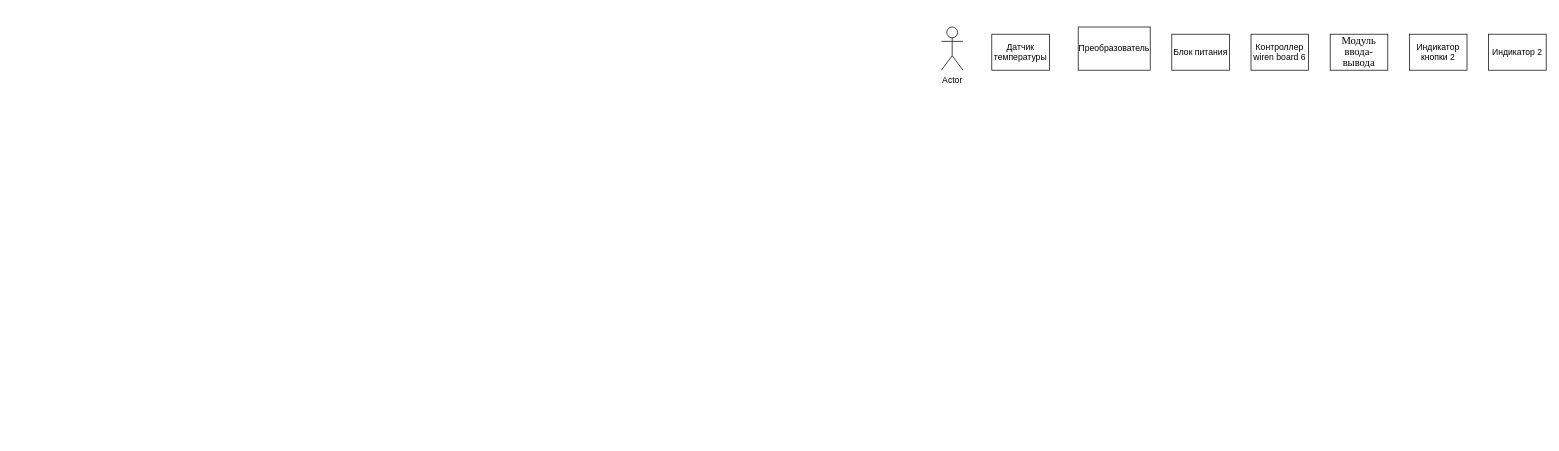
This is 4 практика.drawio from Merfarion/Diagrams-and-schemes, a draw.io file, before an edit. Source tidied: cells renumbered, new cells numbered last; positions are measured from the earlier drawing's top-left corner, leaving out a move shared by most shapes. Both pictures are drawn from the tidied source at 72%, with x=0, y=0 at pixel (941, 27).
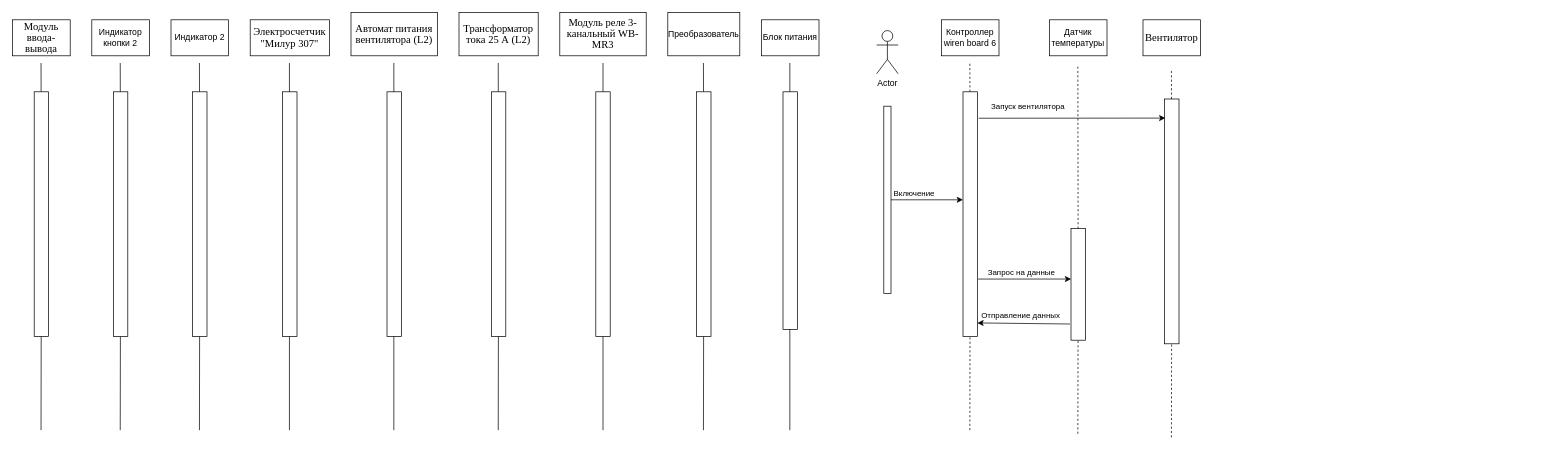
Above is the later version.

What changed in the source:
```diff
@@
     <mxCell id="2" value="Actor" style="shape=umlActor;verticalLabelPosition=bottom;verticalAlign=top;html=1;" parent="1" vertex="1">
-      <mxGeometry width="30" height="60" as="geometry" />
+      <mxGeometry x="-90" y="5" width="30" height="60" as="geometry" />
     </mxCell>
     <mxCell id="3" value="Датчик температуры" style="rounded=0;whiteSpace=wrap;html=1;" parent="1" vertex="1">
-      <mxGeometry x="70" y="10" width="80" height="50" as="geometry" />
+      <mxGeometry x="150" y="-10" width="80" height="50" as="geometry" />
     </mxCell>
     <mxCell id="4" value="Преобразователь" style="rounded=0;whiteSpace=wrap;html=1;" parent="1" vertex="1">
-      <mxGeometry x="190" width="100" height="60" as="geometry" />
+      <mxGeometry x="-380" y="-20" width="100" height="60" as="geometry" />
     </mxCell>
     <mxCell id="5" value="Блок питания" style="rounded=0;whiteSpace=wrap;html=1;" parent="1" vertex="1">
-      <mxGeometry x="320" y="10" width="80" height="50" as="geometry" />
+      <mxGeometry x="-250" y="-10" width="80" height="50" as="geometry" />
     </mxCell>
     <mxCell id="6" value="Контроллер wiren board 6" style="rounded=0;whiteSpace=wrap;html=1;" parent="1" vertex="1">
-      <mxGeometry x="430" y="10" width="80" height="50" as="geometry" />
+      <mxGeometry y="-10" width="80" height="50" as="geometry" />
     </mxCell>
     <mxCell id="7" value="&lt;span style=&quot;font-size: 11pt ; line-height: 107% ; font-family: &amp;#34;times new roman&amp;#34; , serif&quot;&gt;Модуль ввода-вывода&lt;/span&gt;" style="rounded=0;whiteSpace=wrap;html=1;" parent="1" vertex="1">
-      <mxGeometry x="540" y="10" width="80" height="50" as="geometry" />
+      <mxGeometry x="-1290" y="-10" width="80" height="50" as="geometry" />
     </mxCell>
     <mxCell id="8" value="Индикатор кнопки 2" style="rounded=0;whiteSpace=wrap;html=1;" parent="1" vertex="1">
-      <mxGeometry x="650" y="10" width="80" height="50" as="geometry" />
+      <mxGeometry x="-1180" y="-10" width="80" height="50" as="geometry" />
     </mxCell>
     <mxCell id="9" value="Индикатор 2" style="rounded=0;whiteSpace=wrap;html=1;" parent="1" vertex="1">
-      <mxGeometry x="760" y="10" width="80" height="50" as="geometry" />
+      <mxGeometry x="-1070" y="-10" width="80" height="50" as="geometry" />
     </mxCell>
+    <mxCell id="10" value="&lt;span style=&quot;font-size: 11pt ; line-height: 107% ; font-family: &amp;#34;times new roman&amp;#34; , serif&quot;&gt;Электросчетчик &quot;Милур 307&quot;&lt;/span&gt;" style="rounded=0;whiteSpace=wrap;html=1;" parent="1" vertex="1">
+      <mxGeometry x="-960" y="-10" width="110" height="50" as="geometry" />
+    </mxCell>
+    <mxCell id="11" value="&lt;span style=&quot;font-size: 11pt ; line-height: 107% ; font-family: &amp;#34;times new roman&amp;#34; , serif&quot;&gt;Автомат питания вентилятора (L2)&lt;/span&gt;" style="rounded=0;whiteSpace=wrap;html=1;" parent="1" vertex="1">
+      <mxGeometry x="-820" y="-20" width="120" height="60" as="geometry" />
+    </mxCell>
+    <mxCell id="12" value="&lt;span style=&quot;font-size: 11pt ; line-height: 107% ; font-family: &amp;#34;times new roman&amp;#34; , serif&quot;&gt;Трансформатор тока 25 А (L2)&lt;/span&gt;" style="rounded=0;whiteSpace=wrap;html=1;" parent="1" vertex="1">
+      <mxGeometry x="-670" y="-20" width="110" height="60" as="geometry" />
+    </mxCell>
+    <mxCell id="13" value="&lt;span style=&quot;font-size: 11pt ; line-height: 107% ; font-family: &amp;#34;times new roman&amp;#34; , serif&quot;&gt;Модуль реле 3-канальный WB-MR3&lt;/span&gt;" style="rounded=0;whiteSpace=wrap;html=1;" parent="1" vertex="1">
+      <mxGeometry x="-530" y="-20" width="120" height="60" as="geometry" />
+    </mxCell>
+    <mxCell id="14" value="&lt;span style=&quot;font-size: 11pt ; line-height: 107% ; font-family: &amp;#34;times new roman&amp;#34; , serif&quot;&gt;Вентилятор&lt;/span&gt;" style="rounded=0;whiteSpace=wrap;html=1;" parent="1" vertex="1">
+      <mxGeometry x="280" y="-10" width="80" height="50" as="geometry" />
+    </mxCell>
+    <mxCell id="15" style="rounded=0;whiteSpace=wrap;html=1;" parent="1" vertex="1">
+      <mxGeometry x="-80" y="110" width="10" height="260" as="geometry" />
+    </mxCell>
+    <mxCell id="16" style="endArrow=none;html=1;startArrow=none;dashed=1;" parent="1" edge="1" source="28">
+      <mxGeometry relative="1" as="geometry">
+        <mxPoint x="189.5" y="55" as="targetPoint" />
+      </mxGeometry>
+    </mxCell>
+    <mxCell id="17" style="endArrow=none;html=1;startArrow=none;" parent="1" edge="1" source="30">
+      <mxGeometry relative="1" as="geometry">
+        <mxPoint x="-330.5" y="50" as="targetPoint" />
+      </mxGeometry>
+    </mxCell>
+    <mxCell id="18" style="endArrow=none;html=1;" parent="1" edge="1">
+      <mxGeometry relative="1" as="geometry">
+        <mxPoint x="-210.5" y="560" as="sourcePoint" />
+        <mxPoint x="-210.5" y="50" as="targetPoint" />
+      </mxGeometry>
+    </mxCell>
+    <mxCell id="19" style="endArrow=none;html=1;startArrow=none;dashed=1;" parent="1" edge="1" source="33">
+      <mxGeometry relative="1" as="geometry">
+        <mxPoint x="39.5" y="50" as="targetPoint" />
+      </mxGeometry>
+    </mxCell>
+    <mxCell id="20" style="endArrow=none;html=1;startArrow=none;" parent="1" edge="1" source="35">
+      <mxGeometry relative="1" as="geometry">
+        <mxPoint x="-1250.5" y="50" as="targetPoint" />
+      </mxGeometry>
+    </mxCell>
+    <mxCell id="21" style="endArrow=none;html=1;startArrow=none;" parent="1" edge="1" source="37">
+      <mxGeometry relative="1" as="geometry">
+        <mxPoint x="-1140.5" y="50" as="targetPoint" />
+      </mxGeometry>
+    </mxCell>
+    <mxCell id="22" style="endArrow=none;html=1;startArrow=none;" parent="1" edge="1" source="39">
+      <mxGeometry relative="1" as="geometry">
+        <mxPoint x="-1030.5" y="50" as="targetPoint" />
+      </mxGeometry>
+    </mxCell>
+    <mxCell id="23" style="endArrow=none;html=1;" parent="1" edge="1">
+      <mxGeometry relative="1" as="geometry">
+        <mxPoint x="-905.5" y="560" as="sourcePoint" />
+        <mxPoint x="-905.5" y="50" as="targetPoint" />
+      </mxGeometry>
+    </mxCell>
+    <mxCell id="24" style="endArrow=none;html=1;" parent="1" edge="1">
+      <mxGeometry relative="1" as="geometry">
+        <mxPoint x="-760.5" y="560" as="sourcePoint" />
+        <mxPoint x="-760.5" y="50" as="targetPoint" />
+      </mxGeometry>
+    </mxCell>
+    <mxCell id="25" style="endArrow=none;html=1;startArrow=none;" parent="1" edge="1" source="43">
+      <mxGeometry relative="1" as="geometry">
+        <mxPoint x="-615.5" y="50" as="targetPoint" />
+      </mxGeometry>
+    </mxCell>
+    <mxCell id="26" style="endArrow=none;html=1;" parent="1" edge="1">
+      <mxGeometry relative="1" as="geometry">
+        <mxPoint x="-470" y="560" as="sourcePoint" />
+        <mxPoint x="-470" y="50" as="targetPoint" />
+      </mxGeometry>
+    </mxCell>
+    <mxCell id="27" style="endArrow=none;html=1;startArrow=none;dashed=1;" parent="1" edge="1" source="46">
+      <mxGeometry relative="1" as="geometry">
+        <mxPoint x="319.5" y="60" as="targetPoint" />
+      </mxGeometry>
+    </mxCell>
+    <mxCell id="28" style="rounded=0;whiteSpace=wrap;html=1;" parent="1" vertex="1">
+      <mxGeometry x="180" y="280" width="20" height="155" as="geometry" />
+    </mxCell>
+    <mxCell id="29" style="endArrow=none;html=1;dashed=1;" parent="1" edge="1" target="28">
+      <mxGeometry relative="1" as="geometry">
+        <mxPoint x="189.5" y="565" as="sourcePoint" />
+      </mxGeometry>
+    </mxCell>
+    <mxCell id="30" style="rounded=0;whiteSpace=wrap;html=1;" parent="1" vertex="1">
+      <mxGeometry x="-340" y="90" width="20" height="340" as="geometry" />
+    </mxCell>
+    <mxCell id="31" style="endArrow=none;html=1;" parent="1" edge="1" target="30">
+      <mxGeometry relative="1" as="geometry">
+        <mxPoint x="-330.5" y="560" as="sourcePoint" />
+      </mxGeometry>
+    </mxCell>
+    <mxCell id="32" style="rounded=0;whiteSpace=wrap;html=1;" parent="1" vertex="1">
+      <mxGeometry x="-220" y="90" width="20" height="330" as="geometry" />
+    </mxCell>
+    <mxCell id="33" style="rounded=0;whiteSpace=wrap;html=1;" parent="1" vertex="1">
+      <mxGeometry x="30" y="90" width="20" height="340" as="geometry" />
+    </mxCell>
+    <mxCell id="34" style="endArrow=none;html=1;dashed=1;" parent="1" edge="1" target="33">
+      <mxGeometry relative="1" as="geometry">
+        <mxPoint x="39.5" y="560" as="sourcePoint" />
+      </mxGeometry>
+    </mxCell>
+    <mxCell id="35" style="rounded=0;whiteSpace=wrap;html=1;" parent="1" vertex="1">
+      <mxGeometry x="-1260" y="90" width="20" height="340" as="geometry" />
+    </mxCell>
+    <mxCell id="36" style="endArrow=none;html=1;" parent="1" edge="1" target="35">
+      <mxGeometry relative="1" as="geometry">
+        <mxPoint x="-1250.5" y="560" as="sourcePoint" />
+      </mxGeometry>
+    </mxCell>
+    <mxCell id="37" style="rounded=0;whiteSpace=wrap;html=1;" parent="1" vertex="1">
+      <mxGeometry x="-1150" y="90" width="20" height="340" as="geometry" />
+    </mxCell>
+    <mxCell id="38" style="endArrow=none;html=1;" parent="1" edge="1" target="37">
+      <mxGeometry relative="1" as="geometry">
+        <mxPoint x="-1140.5" y="560" as="sourcePoint" />
+      </mxGeometry>
+    </mxCell>
+    <mxCell id="39" style="rounded=0;whiteSpace=wrap;html=1;" parent="1" vertex="1">
+      <mxGeometry x="-1040" y="90" width="20" height="340" as="geometry" />
+    </mxCell>
+    <mxCell id="40" style="endArrow=none;html=1;" parent="1" edge="1" target="39">
+      <mxGeometry relative="1" as="geometry">
+        <mxPoint x="-1030.5" y="560" as="sourcePoint" />
+      </mxGeometry>
+    </mxCell>
+    <mxCell id="41" style="rounded=0;whiteSpace=wrap;html=1;" parent="1" vertex="1">
+      <mxGeometry x="-915" y="90" width="20" height="340" as="geometry" />
+    </mxCell>
+    <mxCell id="42" style="rounded=0;whiteSpace=wrap;html=1;" parent="1" vertex="1">
+      <mxGeometry x="-770" y="90" width="20" height="340" as="geometry" />
+    </mxCell>
+    <mxCell id="43" style="rounded=0;whiteSpace=wrap;html=1;" parent="1" vertex="1">
+      <mxGeometry x="-625" y="90" width="20" height="340" as="geometry" />
+    </mxCell>
+    <mxCell id="44" style="endArrow=none;html=1;" parent="1" edge="1" target="43">
+      <mxGeometry relative="1" as="geometry">
+        <mxPoint x="-615.5" y="560" as="sourcePoint" />
+      </mxGeometry>
+    </mxCell>
+    <mxCell id="45" style="rounded=0;whiteSpace=wrap;html=1;" parent="1" vertex="1">
+      <mxGeometry x="-480" y="90" width="20" height="340" as="geometry" />
+    </mxCell>
+    <mxCell id="46" style="rounded=0;whiteSpace=wrap;html=1;" parent="1" vertex="1">
+      <mxGeometry x="310" y="100" width="20" height="340" as="geometry" />
+    </mxCell>
+    <mxCell id="47" style="endArrow=none;html=1;dashed=1;" parent="1" edge="1" target="46">
+      <mxGeometry relative="1" as="geometry">
+        <mxPoint x="319.5" y="570" as="sourcePoint" />
+      </mxGeometry>
+    </mxCell>
+    <mxCell id="48" style="endArrow=classic;html=1;" parent="1" edge="1" source="15">
+      <mxGeometry relative="1" as="geometry">
+        <mxPoint x="30" y="240" as="targetPoint" />
+      </mxGeometry>
+    </mxCell>
+    <mxCell id="49" value="Включение" style="edgeLabel;html=1;align=center;verticalAlign=middle;" parent="48" vertex="1">
+      <mxGeometry x="-0.51" y="-2" relative="1" as="geometry">
+        <mxPoint x="6" y="-12" as="offset" />
+      </mxGeometry>
+    </mxCell>
+    <mxCell id="50" style="endArrow=classic;html=1;entryX=0.008;entryY=0.452;entryDx=0;entryDy=0;exitX=1.051;exitY=0.765;exitDx=0;exitDy=0;exitPerimeter=0;entryPerimeter=0;" parent="1" edge="1" source="33" target="28">
+      <mxGeometry relative="1" as="geometry" />
+    </mxCell>
+    <mxCell id="51" value="Запрос на данные" style="edgeLabel;html=1;align=center;verticalAlign=middle;" parent="50" vertex="1">
+      <mxGeometry x="-0.45" y="-2" relative="1" as="geometry">
+        <mxPoint x="23" y="-12" as="offset" />
+      </mxGeometry>
+    </mxCell>
+    <mxCell id="52" style="endArrow=classic;html=1;exitX=-0.075;exitY=0.855;exitDx=0;exitDy=0;exitPerimeter=0;" parent="1" edge="1" source="28">
+      <mxGeometry relative="1" as="geometry">
+        <mxPoint x="50" y="411" as="targetPoint" />
+      </mxGeometry>
+    </mxCell>
+    <mxCell id="53" value="Отправление данных" style="edgeLabel;html=1;align=center;verticalAlign=middle;" parent="52" vertex="1">
+      <mxGeometry x="0.21" relative="1" as="geometry">
+        <mxPoint x="9" y="-12" as="offset" />
+      </mxGeometry>
+    </mxCell>
+    <mxCell id="54" style="endArrow=classic;html=1;exitX=1.092;exitY=0.108;exitDx=0;exitDy=0;exitPerimeter=0;entryX=0.05;entryY=0.078;entryDx=0;entryDy=0;entryPerimeter=0;" parent="1" edge="1" source="33" target="46">
+      <mxGeometry relative="1" as="geometry" />
+    </mxCell>
+    <mxCell id="55" value="Запуск вентилятора" style="edgeLabel;html=1;align=center;verticalAlign=middle;" parent="54" vertex="1">
+      <mxGeometry x="-0.61" y="3" relative="1" as="geometry">
+        <mxPoint x="17" y="-14" as="offset" />
+      </mxGeometry>
+    </mxCell>
```
